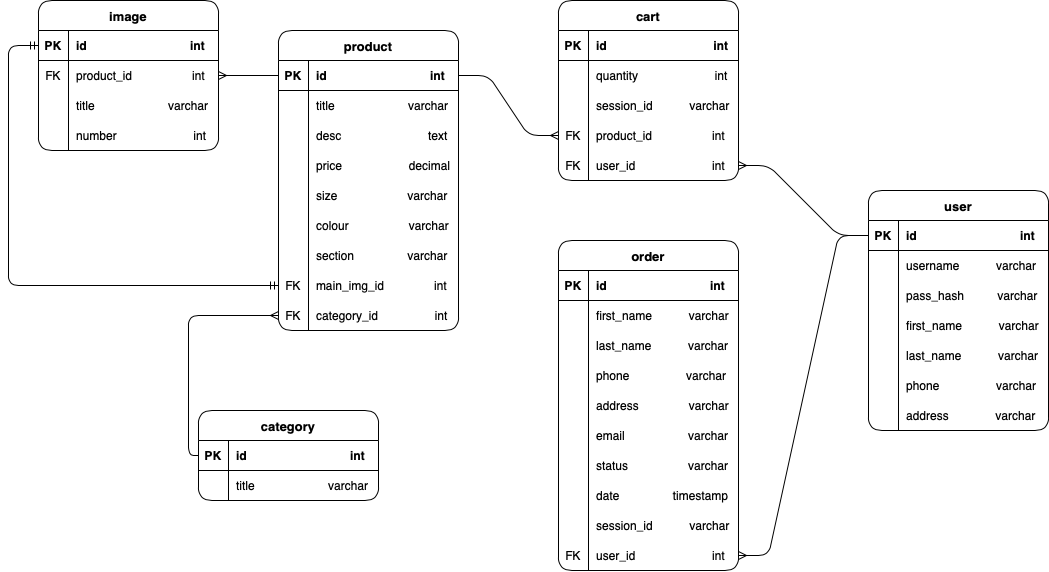
The draw.io diagram documentation/database.png in griMarina/brand-shop, before a commit. Source tidied: cells renumbered, new cells last; positions are measured from the earlier drawing's top-left corner, leaving out a move shared by most shapes.
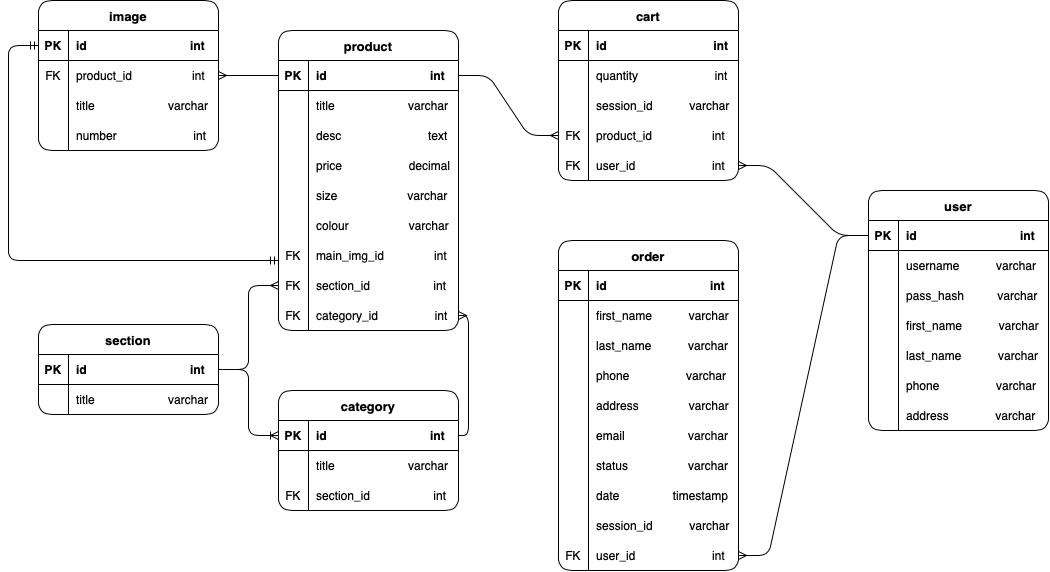
After the commit.

What changed in the source:
```diff
@@ -59,24 +59,24 @@
     <mxCell id="20" value="colour                  varchar" style="shape=partialRectangle;fillColor=none;top=0;left=0;bottom=0;right=0;align=left;spacingLeft=6;overflow=hidden;labelBackgroundColor=none;" parent="18" vertex="1">
       <mxGeometry x="30" width="150" height="30" as="geometry" />
     </mxCell>
+    <mxCell id="24" style="shape=tableRow;horizontal=0;startSize=0;swimlaneHead=0;swimlaneBody=0;fillColor=none;points=[[0,0.5],[1,0.5]];portConstraint=eastwest;top=0;left=0;right=0;bottom=0;labelBackgroundColor=none;" parent="2" vertex="1">
+      <mxGeometry y="210" width="180" height="30" as="geometry" />
+    </mxCell>
+    <mxCell id="25" value="FK" style="shape=partialRectangle;fillColor=none;top=0;left=0;bottom=0;right=0;fontStyle=0;overflow=hidden;labelBackgroundColor=none;" parent="24" vertex="1">
+      <mxGeometry width="30" height="30" as="geometry" />
+    </mxCell>
+    <mxCell id="26" value="main_img_id               int" style="shape=partialRectangle;fillColor=none;top=0;left=0;bottom=0;right=0;align=left;spacingLeft=6;fontStyle=0;overflow=hidden;labelBackgroundColor=none;" parent="24" vertex="1">
+      <mxGeometry x="30" width="150" height="30" as="geometry" />
+    </mxCell>
     <mxCell id="21" style="shape=tableRow;horizontal=0;startSize=0;swimlaneHead=0;swimlaneBody=0;fillColor=none;points=[[0,0.5],[1,0.5]];portConstraint=eastwest;top=0;left=0;right=0;bottom=0;labelBackgroundColor=none;" parent="2" vertex="1">
-      <mxGeometry y="210" width="180" height="30" as="geometry" />
+      <mxGeometry y="240" width="180" height="30" as="geometry" />
     </mxCell>
-    <mxCell id="22" style="shape=partialRectangle;fillColor=none;top=0;left=0;bottom=0;right=0;overflow=hidden;labelBackgroundColor=none;" parent="21" vertex="1">
+    <mxCell id="22" value="FK" style="shape=partialRectangle;fillColor=none;top=0;left=0;bottom=0;right=0;overflow=hidden;labelBackgroundColor=none;" parent="21" vertex="1">
       <mxGeometry width="30" height="30" as="geometry" />
     </mxCell>
-    <mxCell id="23" value="section                varchar" style="shape=partialRectangle;fillColor=none;top=0;left=0;bottom=0;right=0;align=left;spacingLeft=6;overflow=hidden;labelBackgroundColor=none;" parent="21" vertex="1">
+    <mxCell id="23" value="section_id                   int" style="shape=partialRectangle;fillColor=none;top=0;left=0;bottom=0;right=0;align=left;spacingLeft=6;overflow=hidden;labelBackgroundColor=none;" parent="21" vertex="1">
       <mxGeometry x="30" width="150" height="30" as="geometry" />
     </mxCell>
-    <mxCell id="24" style="shape=tableRow;horizontal=0;startSize=0;swimlaneHead=0;swimlaneBody=0;fillColor=none;points=[[0,0.5],[1,0.5]];portConstraint=eastwest;top=0;left=0;right=0;bottom=0;labelBackgroundColor=none;" parent="2" vertex="1">
-      <mxGeometry y="240" width="180" height="30" as="geometry" />
-    </mxCell>
-    <mxCell id="25" value="FK" style="shape=partialRectangle;fillColor=none;top=0;left=0;bottom=0;right=0;fontStyle=0;overflow=hidden;labelBackgroundColor=none;" parent="24" vertex="1">
-      <mxGeometry width="30" height="30" as="geometry" />
-    </mxCell>
-    <mxCell id="26" value="main_img_id               int" style="shape=partialRectangle;fillColor=none;top=0;left=0;bottom=0;right=0;align=left;spacingLeft=6;fontStyle=0;overflow=hidden;labelBackgroundColor=none;" parent="24" vertex="1">
-      <mxGeometry x="30" width="150" height="30" as="geometry" />
-    </mxCell>
     <mxCell id="27" style="shape=tableRow;horizontal=0;startSize=0;swimlaneHead=0;swimlaneBody=0;fillColor=none;points=[[0,0.5],[1,0.5]];portConstraint=eastwest;top=0;left=0;right=0;bottom=0;labelBackgroundColor=none;" parent="2" vertex="1">
       <mxGeometry y="270" width="180" height="30" as="geometry" />
     </mxCell>
@@ -129,7 +129,7 @@
       <mxGeometry relative="1" as="geometry" />
     </mxCell>
     <mxCell id="44" value="category" style="shape=table;startSize=30;rowLines=0;fontStyle=1;align=center;rounded=1;fontSize=13;labelBackgroundColor=none;" parent="1" vertex="1">
-      <mxGeometry x="190" y="410" width="180" height="90" as="geometry" />
+      <mxGeometry x="270" y="390" width="180" height="120" as="geometry" />
     </mxCell>
     <mxCell id="45" style="shape=tableRow;horizontal=0;startSize=0;swimlaneHead=0;swimlaneBody=0;fillColor=none;points=[[0,0.5],[1,0.5]];portConstraint=eastwest;top=0;left=0;right=0;bottom=1;labelBackgroundColor=none;" parent="44" vertex="1">
       <mxGeometry y="30" width="180" height="30" as="geometry" />
@@ -149,7 +149,16 @@
     <mxCell id="50" value="title                      varchar" style="shape=partialRectangle;fillColor=none;top=0;left=0;bottom=0;right=0;align=left;spacingLeft=6;overflow=hidden;labelBackgroundColor=none;" parent="48" vertex="1">
       <mxGeometry x="30" width="150" height="30" as="geometry" />
     </mxCell>
+    <mxCell id="125" style="shape=tableRow;horizontal=0;startSize=0;swimlaneHead=0;swimlaneBody=0;fillColor=none;top=0;left=0;right=0;bottom=0;" parent="44" vertex="1">
+      <mxGeometry y="90" width="180" height="30" as="geometry" />
+    </mxCell>
+    <mxCell id="126" value="FK" style="shape=partialRectangle;fillColor=none;top=0;left=0;bottom=0;right=0;overflow=hidden;" parent="125" vertex="1">
+      <mxGeometry width="30" height="30" as="geometry" />
+    </mxCell>
+    <mxCell id="127" value="section_id                   int" style="shape=partialRectangle;fillColor=none;top=0;left=0;bottom=0;right=0;align=left;spacingLeft=6;overflow=hidden;" parent="125" vertex="1">
+      <mxGeometry x="30" width="150" height="30" as="geometry" />
+    </mxCell>
-    <mxCell id="51" style="edgeStyle=orthogonalEdgeStyle;fontSize=12;html=1;endArrow=ERmany;rounded=1;entryX=0;entryY=0.5;entryDx=0;entryDy=0;exitX=0;exitY=0.5;exitDx=0;exitDy=0;labelBackgroundColor=none;fontColor=default;" parent="1" edge="1" source="45" target="27">
+    <mxCell id="51" style="edgeStyle=orthogonalEdgeStyle;fontSize=12;html=1;endArrow=ERmany;rounded=1;exitX=1;exitY=0.5;exitDx=0;exitDy=0;labelBackgroundColor=none;fontColor=default;" parent="1" edge="1" source="45" target="27">
       <mxGeometry relative="1" as="geometry" />
     </mxCell>
     <mxCell id="52" value="cart" style="shape=table;startSize=30;rowLines=0;fontStyle=1;align=center;rounded=1;fontSize=13;labelBackgroundColor=none;" parent="1" vertex="1">
@@ -368,13 +377,42 @@
     <mxCell id="123" style="edgeStyle=entityRelationEdgeStyle;fontSize=12;html=1;endArrow=ERmany;rounded=1;fontColor=default;entryX=1;entryY=0.5;entryDx=0;entryDy=0;exitX=0;exitY=0.5;exitDx=0;exitDy=0;labelBackgroundColor=none;" parent="1" edge="1" source="70" target="120">
       <mxGeometry relative="1" as="geometry" />
     </mxCell>
-    <mxCell id="124" style="edgeStyle=orthogonalEdgeStyle;fontSize=12;html=1;endArrow=ERmandOne;startArrow=ERmandOne;rounded=1;fontColor=default;entryX=0;entryY=0.5;entryDx=0;entryDy=0;exitX=0;exitY=0.5;exitDx=0;exitDy=0;labelBackgroundColor=none;" parent="1" edge="1" source="31" target="24">
+    <mxCell id="124" style="edgeStyle=orthogonalEdgeStyle;fontSize=12;html=1;endArrow=ERmandOne;startArrow=ERmandOne;rounded=1;fontColor=default;exitX=0;exitY=0.5;exitDx=0;exitDy=0;labelBackgroundColor=none;" parent="1" edge="1" source="31">
       <mxGeometry relative="1" as="geometry">
+        <mxPoint x="270" y="260" as="targetPoint" />
         <Array as="points">
           <mxPoint y="45" />
-          <mxPoint y="285" />
+          <mxPoint y="260" />
+          <mxPoint x="270" y="260" />
         </Array>
       </mxGeometry>
     </mxCell>
+    <mxCell id="128" value="section" style="shape=table;startSize=30;rowLines=0;fontStyle=1;align=center;rounded=1;fontSize=13;labelBackgroundColor=none;" parent="1" vertex="1">
+      <mxGeometry x="30" y="324" width="180" height="90" as="geometry" />
+    </mxCell>
+    <mxCell id="129" style="shape=tableRow;horizontal=0;startSize=0;swimlaneHead=0;swimlaneBody=0;fillColor=none;points=[[0,0.5],[1,0.5]];portConstraint=eastwest;top=0;left=0;right=0;bottom=1;labelBackgroundColor=none;" parent="128" vertex="1">
+      <mxGeometry y="30" width="180" height="30" as="geometry" />
+    </mxCell>
+    <mxCell id="130" value="PK" style="shape=partialRectangle;fillColor=none;top=0;left=0;bottom=0;right=0;fontStyle=1;overflow=hidden;labelBackgroundColor=none;" parent="129" vertex="1">
+      <mxGeometry width="30" height="30" as="geometry" />
+    </mxCell>
+    <mxCell id="131" value="id                               int" style="shape=partialRectangle;fillColor=none;top=0;left=0;bottom=0;right=0;align=left;spacingLeft=6;fontStyle=1;overflow=hidden;labelBackgroundColor=none;" parent="129" vertex="1">
+      <mxGeometry x="30" width="150" height="30" as="geometry" />
+    </mxCell>
+    <mxCell id="132" style="shape=tableRow;horizontal=0;startSize=0;swimlaneHead=0;swimlaneBody=0;fillColor=none;top=0;left=0;right=0;bottom=0;labelBackgroundColor=none;" parent="128" vertex="1">
+      <mxGeometry y="60" width="180" height="30" as="geometry" />
+    </mxCell>
+    <mxCell id="133" style="shape=partialRectangle;fillColor=none;top=0;left=0;bottom=0;right=0;overflow=hidden;labelBackgroundColor=none;" parent="132" vertex="1">
+      <mxGeometry width="30" height="30" as="geometry" />
+    </mxCell>
+    <mxCell id="134" value="title                      varchar" style="shape=partialRectangle;fillColor=none;top=0;left=0;bottom=0;right=0;align=left;spacingLeft=6;overflow=hidden;labelBackgroundColor=none;" parent="132" vertex="1">
+      <mxGeometry x="30" width="150" height="30" as="geometry" />
+    </mxCell>
+    <mxCell id="135" style="edgeStyle=entityRelationEdgeStyle;fontSize=12;html=1;endArrow=ERmany;rounded=1;exitX=1;exitY=0.5;exitDx=0;exitDy=0;entryX=0;entryY=0.5;entryDx=0;entryDy=0;" parent="1" edge="1" source="129" target="21">
+      <mxGeometry relative="1" as="geometry" />
+    </mxCell>
+    <mxCell id="136" style="edgeStyle=entityRelationEdgeStyle;fontSize=12;html=1;endArrow=ERoneToMany;rounded=1;exitX=1;exitY=0.5;exitDx=0;exitDy=0;entryX=0;entryY=0.5;entryDx=0;entryDy=0;" parent="1" edge="1" source="129" target="45">
+      <mxGeometry relative="1" as="geometry" />
+    </mxCell>
   </root>
 </mxGraphModel>
```
